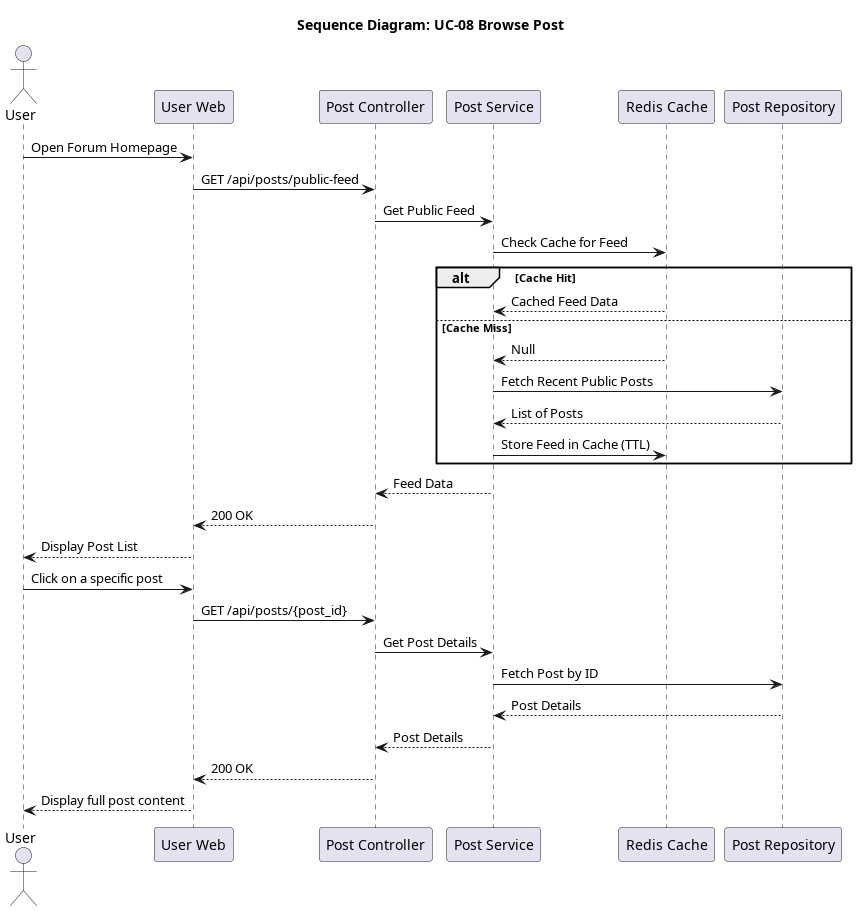
This is docs/srs_add/SAD/diagrams/seq_08_browse_post.png from giakiet05/lkforum-new, a PlantUML export, as it was before one commit.
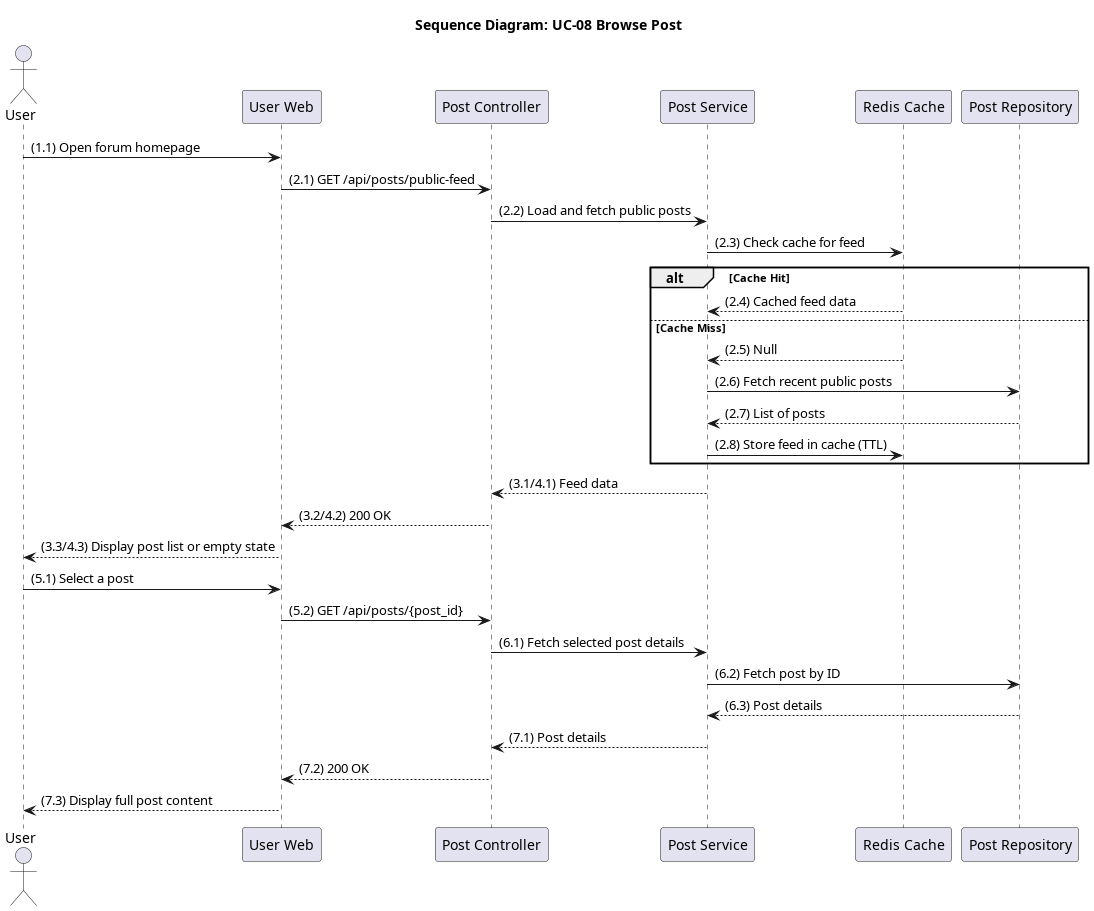
Above is the later version.

What changed in the source:
```diff
@@ -8,28 +8,28 @@
 participant "Redis Cache" as Redis
 participant "Post Repository" as Repo
 
-User -> Frontend: Open Forum Homepage
-Frontend -> Controller: GET /api/posts/public-feed
-Controller -> Service: Get Public Feed
-Service -> Redis: Check Cache for Feed
+User -> Frontend: (1.1) Open forum homepage
+Frontend -> Controller: (2.1) GET /api/posts/public-feed
+Controller -> Service: (2.2) Load and fetch public posts
+Service -> Redis: (2.3) Check cache for feed
 alt Cache Hit
-    Redis --> Service: Cached Feed Data
+    Redis --> Service: (2.4) Cached feed data
 else Cache Miss
-    Redis --> Service: Null
-    Service -> Repo: Fetch Recent Public Posts
-    Repo --> Service: List of Posts
-    Service -> Redis: Store Feed in Cache (TTL)
+    Redis --> Service: (2.5) Null
+    Service -> Repo: (2.6) Fetch recent public posts
+    Repo --> Service: (2.7) List of posts
+    Service -> Redis: (2.8) Store feed in cache (TTL)
 end
-Service --> Controller: Feed Data
-Controller --> Frontend: 200 OK
-Frontend --> User: Display Post List
+Service --> Controller: (3.1/4.1) Feed data
+Controller --> Frontend: (3.2/4.2) 200 OK
+Frontend --> User: (3.3/4.3) Display post list or empty state
 
-User -> Frontend: Click on a specific post
-Frontend -> Controller: GET /api/posts/{post_id}
-Controller -> Service: Get Post Details
-Service -> Repo: Fetch Post by ID
-Repo --> Service: Post Details
-Service --> Controller: Post Details
-Controller --> Frontend: 200 OK
-Frontend --> User: Display full post content
+User -> Frontend: (5.1) Select a post
+Frontend -> Controller: (5.2) GET /api/posts/{post_id}
+Controller -> Service: (6.1) Fetch selected post details
+Service -> Repo: (6.2) Fetch post by ID
+Repo --> Service: (6.3) Post details
+Service --> Controller: (7.1) Post details
+Controller --> Frontend: (7.2) 200 OK
+Frontend --> User: (7.3) Display full post content
 @enduml
```
